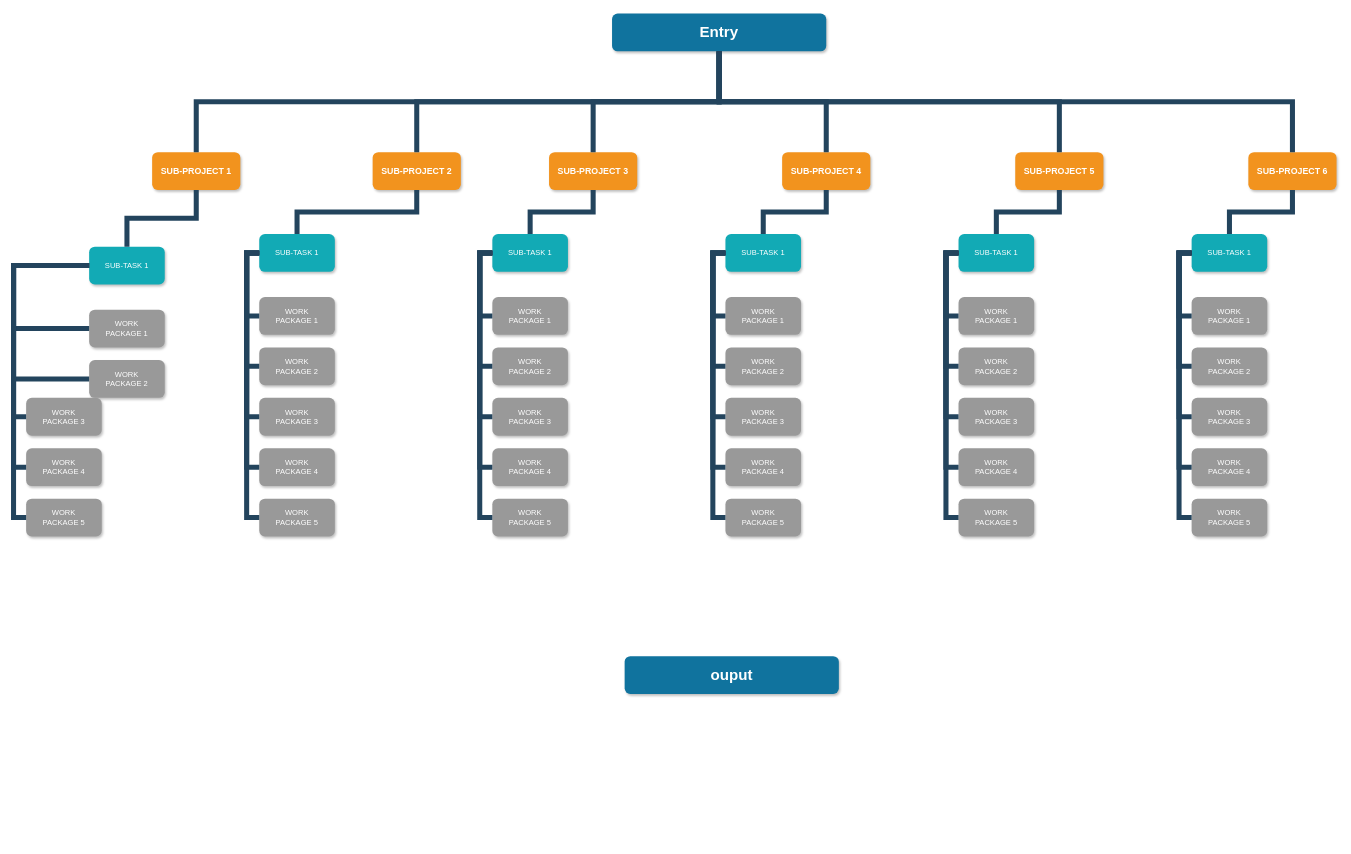
Above: src/assets/webpack.flow.drawio in isbinge/blog (draw.io), before the change. Source tidied: cells renumbered, new cells numbered last; positions are measured from the earlier drawing's top-left corner, leaving out a move shared by most shapes. Both pictures are drawn from the tidied source at 63%, with x=0, y=0 at pixel (13, 13).
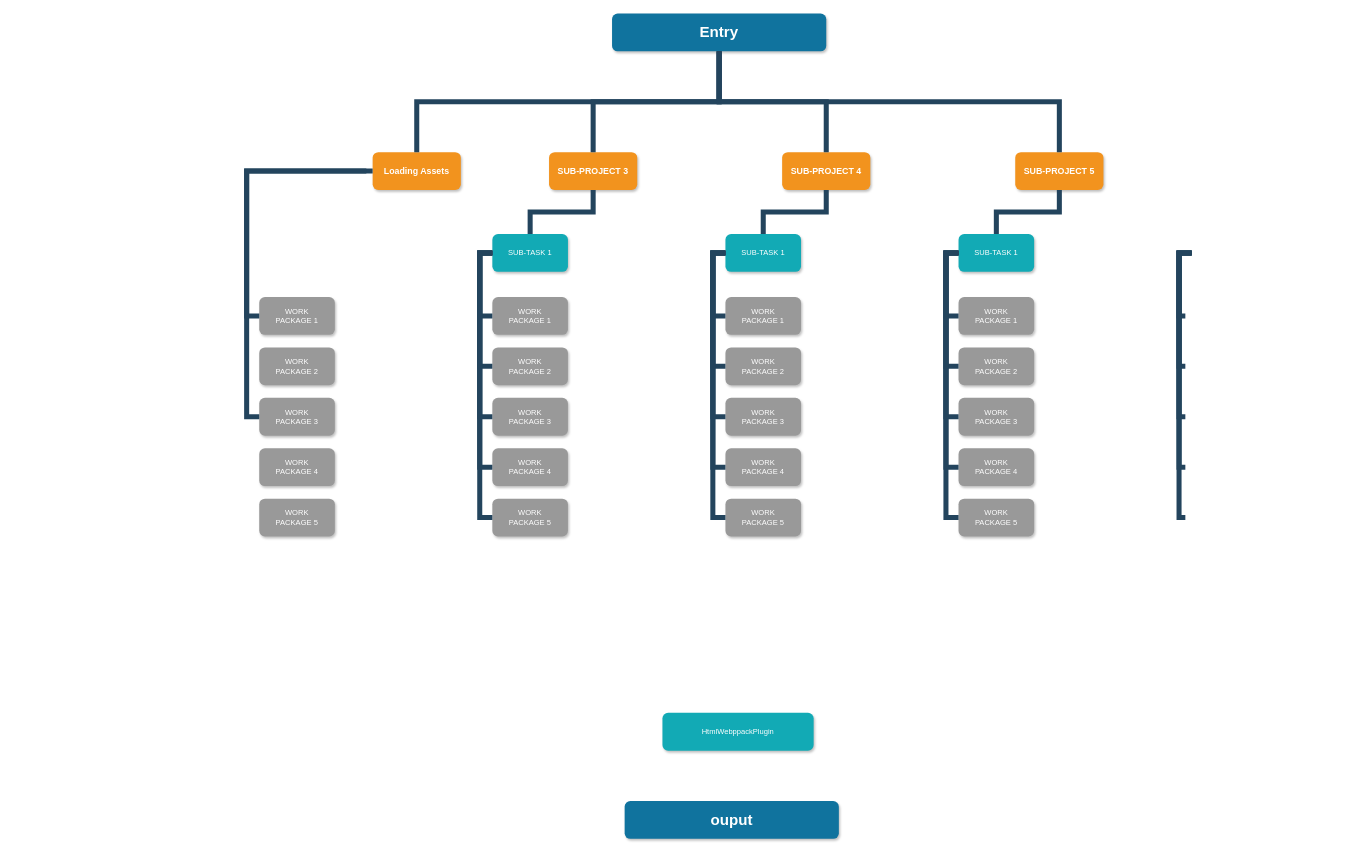
The same diagram, later.

Unchanged cells that the change refers to:
```xml
<mxCell id="2" value="Entry" style="whiteSpace=wrap;rounded=1;shadow=1;fillColor=#10739E;strokeColor=none;fontColor=#FFFFFF;fontStyle=1;fontSize=24;" parent="1" vertex="1">
  <mxGeometry x="950" width="340" height="60" as="geometry" />
</mxCell>
<mxCell id="16" value="WORK&#10;PACKAGE 1" style="whiteSpace=wrap;rounded=1;fillColor=#999999;strokeColor=none;shadow=1;fontColor=#FFFFFF;fontStyle=0;" parent="1" vertex="1">
  <mxGeometry x="390" y="450" width="120" height="60" as="geometry" />
</mxCell>
<mxCell id="17" value="WORK&#10;PACKAGE 2" style="whiteSpace=wrap;rounded=1;fillColor=#999999;strokeColor=none;shadow=1;fontColor=#FFFFFF;fontStyle=0;" parent="1" vertex="1">
  <mxGeometry x="390" y="530" width="120" height="60" as="geometry" />
</mxCell>
<mxCell id="18" value="WORK&#10;PACKAGE 3" style="whiteSpace=wrap;rounded=1;fillColor=#999999;strokeColor=none;shadow=1;fontColor=#FFFFFF;fontStyle=0;" parent="1" vertex="1">
  <mxGeometry x="390" y="610" width="120" height="60" as="geometry" />
</mxCell>
<mxCell id="19" value="WORK&#10;PACKAGE 4" style="whiteSpace=wrap;rounded=1;fillColor=#999999;strokeColor=none;shadow=1;fontColor=#FFFFFF;fontStyle=0;" parent="1" vertex="1">
  <mxGeometry x="390" y="690" width="120" height="60" as="geometry" />
</mxCell>
<mxCell id="20" value="WORK&#10;PACKAGE 5" style="whiteSpace=wrap;rounded=1;fillColor=#999999;strokeColor=none;shadow=1;fontColor=#FFFFFF;fontStyle=0;" parent="1" vertex="1">
  <mxGeometry x="390" y="770" width="120" height="60" as="geometry" />
</mxCell>
```

Diff of the diagram source:
```diff
@@
-    <mxCell id="3" value="SUB-PROJECT 1" style="whiteSpace=wrap;rounded=1;fillColor=#F2931E;strokeColor=none;shadow=1;fontColor=#FFFFFF;fontStyle=1;fontSize=14;" parent="1" vertex="1">
-      <mxGeometry x="220" y="220" width="140" height="60" as="geometry" />
-    </mxCell>
-    <mxCell id="4" value="SUB-PROJECT 2" style="whiteSpace=wrap;rounded=1;fillColor=#F2931E;strokeColor=none;shadow=1;fontColor=#FFFFFF;fontStyle=1;fontSize=14;" parent="1" vertex="1">
+    <mxCell id="4" value="Loading Assets" style="whiteSpace=wrap;rounded=1;fillColor=#F2931E;strokeColor=none;shadow=1;fontColor=#FFFFFF;fontStyle=1;fontSize=14;" parent="1" vertex="1">
       <mxGeometry x="570" y="220" width="140" height="60" as="geometry" />
     </mxCell>
-    <mxCell id="5" value="SUB-PROJECT 6" style="whiteSpace=wrap;rounded=1;fillColor=#F2931E;strokeColor=none;shadow=1;fontColor=#FFFFFF;fontStyle=1;fontSize=14;" parent="1" vertex="1">
-      <mxGeometry x="1960" y="220" width="140" height="60" as="geometry" />
-    </mxCell>
@@
-    <mxCell id="9" value="SUB-TASK 1" style="whiteSpace=wrap;rounded=1;fillColor=#12AAB5;strokeColor=none;shadow=1;fontColor=#FFFFFF;" parent="1" vertex="1">
-      <mxGeometry x="120" y="370" width="120" height="60" as="geometry" />
-    </mxCell>
-    <mxCell id="10" value="WORK&#10;PACKAGE 1" style="whiteSpace=wrap;rounded=1;fillColor=#999999;strokeColor=none;shadow=1;fontColor=#FFFFFF;fontStyle=0;" parent="1" vertex="1">
-      <mxGeometry x="120" y="470" width="120" height="60" as="geometry" />
-    </mxCell>
-    <mxCell id="11" value="WORK&#10;PACKAGE 2" style="whiteSpace=wrap;rounded=1;fillColor=#999999;strokeColor=none;shadow=1;fontColor=#FFFFFF;fontStyle=0;" parent="1" vertex="1">
-      <mxGeometry x="120" y="550" width="120" height="60" as="geometry" />
-    </mxCell>
-    <mxCell id="12" value="WORK&#10;PACKAGE 3" style="whiteSpace=wrap;rounded=1;fillColor=#999999;strokeColor=none;shadow=1;fontColor=#FFFFFF;fontStyle=0;" parent="1" vertex="1">
-      <mxGeometry x="20" y="610" width="120" height="60" as="geometry" />
-    </mxCell>
-    <mxCell id="13" value="WORK&#10;PACKAGE 4" style="whiteSpace=wrap;rounded=1;fillColor=#999999;strokeColor=none;shadow=1;fontColor=#FFFFFF;fontStyle=0;" parent="1" vertex="1">
-      <mxGeometry x="20" y="690" width="120" height="60" as="geometry" />
-    </mxCell>
-    <mxCell id="14" value="WORK&#10;PACKAGE 5" style="whiteSpace=wrap;rounded=1;fillColor=#999999;strokeColor=none;shadow=1;fontColor=#FFFFFF;fontStyle=0;" parent="1" vertex="1">
-      <mxGeometry x="20" y="770" width="120" height="60" as="geometry" />
-    </mxCell>
-    <mxCell id="15" value="SUB-TASK 1" style="whiteSpace=wrap;rounded=1;fillColor=#12AAB5;strokeColor=none;shadow=1;fontColor=#FFFFFF;" parent="1" vertex="1">
-      <mxGeometry x="390" y="350" width="120" height="60" as="geometry" />
-    </mxCell>
@@
-    <mxCell id="21" style="edgeStyle=elbowEdgeStyle;elbow=vertical;rounded=0;fontColor=#000000;endArrow=none;endFill=0;strokeWidth=8;strokeColor=#23445D;" parent="1" edge="1" source="3" target="9">
-      <mxGeometry relative="1" as="geometry" />
-    </mxCell>
-    <mxCell id="22" style="edgeStyle=elbowEdgeStyle;elbow=horizontal;rounded=0;fontColor=#000000;endArrow=none;endFill=0;strokeWidth=8;strokeColor=#23445D;exitX=0;exitY=0.5;exitDx=0;exitDy=0;" parent="1" edge="1" source="9" target="10">
-      <mxGeometry relative="1" as="geometry">
-        <Array as="points">
-          <mxPoint y="430" />
-        </Array>
-      </mxGeometry>
-    </mxCell>
-    <mxCell id="23" style="edgeStyle=elbowEdgeStyle;elbow=horizontal;rounded=0;fontColor=#000000;endArrow=none;endFill=0;strokeWidth=8;strokeColor=#23445D;" parent="1" edge="1" source="9" target="11">
-      <mxGeometry relative="1" as="geometry">
-        <Array as="points">
-          <mxPoint y="450" />
-        </Array>
-      </mxGeometry>
-    </mxCell>
-    <mxCell id="24" style="edgeStyle=elbowEdgeStyle;elbow=horizontal;rounded=0;fontColor=#000000;endArrow=none;endFill=0;strokeWidth=8;strokeColor=#23445D;" parent="1" edge="1" source="9" target="14">
-      <mxGeometry relative="1" as="geometry">
-        <Array as="points">
-          <mxPoint y="590" />
-        </Array>
-      </mxGeometry>
-    </mxCell>
-    <mxCell id="25" style="edgeStyle=elbowEdgeStyle;elbow=horizontal;rounded=0;fontColor=#000000;endArrow=none;endFill=0;strokeWidth=8;strokeColor=#23445D;" parent="1" edge="1" source="9" target="13">
-      <mxGeometry relative="1" as="geometry">
-        <Array as="points">
-          <mxPoint y="460" />
-        </Array>
-      </mxGeometry>
-    </mxCell>
-    <mxCell id="26" style="edgeStyle=elbowEdgeStyle;elbow=horizontal;rounded=0;fontColor=#000000;endArrow=none;endFill=0;strokeWidth=8;strokeColor=#23445D;" parent="1" edge="1" source="9" target="12">
-      <mxGeometry relative="1" as="geometry">
-        <Array as="points">
-          <mxPoint y="500" />
-          <mxPoint y="480" />
-        </Array>
-      </mxGeometry>
-    </mxCell>
-    <mxCell id="27" style="edgeStyle=elbowEdgeStyle;elbow=vertical;rounded=0;fontColor=#000000;endArrow=none;endFill=0;strokeWidth=8;strokeColor=#23445D;" parent="1" edge="1" source="4" target="15">
-      <mxGeometry relative="1" as="geometry" />
-    </mxCell>
-    <mxCell id="28" style="edgeStyle=elbowEdgeStyle;elbow=horizontal;rounded=0;fontColor=#000000;endArrow=none;endFill=0;strokeWidth=8;strokeColor=#23445D;" parent="1" edge="1" source="15" target="16">
-      <mxGeometry relative="1" as="geometry">
-        <Array as="points">
-          <mxPoint x="370" y="430" />
-        </Array>
-      </mxGeometry>
-    </mxCell>
-    <mxCell id="29" style="edgeStyle=elbowEdgeStyle;elbow=horizontal;rounded=0;fontColor=#000000;endArrow=none;endFill=0;strokeWidth=8;strokeColor=#23445D;" parent="1" edge="1" source="15" target="17">
-      <mxGeometry relative="1" as="geometry">
-        <Array as="points">
-          <mxPoint x="370" y="470" />
-        </Array>
-      </mxGeometry>
-    </mxCell>
-    <mxCell id="30" style="edgeStyle=elbowEdgeStyle;elbow=horizontal;rounded=0;fontColor=#000000;endArrow=none;endFill=0;strokeWidth=8;strokeColor=#23445D;" parent="1" edge="1" source="15" target="20">
-      <mxGeometry relative="1" as="geometry">
-        <Array as="points">
-          <mxPoint x="370" y="600" />
-        </Array>
-      </mxGeometry>
-    </mxCell>
-    <mxCell id="31" style="edgeStyle=elbowEdgeStyle;elbow=horizontal;rounded=0;fontColor=#000000;endArrow=none;endFill=0;strokeWidth=8;strokeColor=#23445D;" parent="1" edge="1" source="15" target="19">
-      <mxGeometry relative="1" as="geometry">
-        <Array as="points">
-          <mxPoint x="370" y="550" />
-        </Array>
-      </mxGeometry>
-    </mxCell>
-    <mxCell id="32" style="edgeStyle=elbowEdgeStyle;elbow=horizontal;rounded=0;fontColor=#000000;endArrow=none;endFill=0;strokeWidth=8;strokeColor=#23445D;" parent="1" edge="1" source="15" target="18">
+    <mxCell id="32" style="edgeStyle=elbowEdgeStyle;elbow=horizontal;rounded=0;fontColor=#000000;endArrow=none;endFill=0;strokeWidth=8;strokeColor=#23445D;exitX=0;exitY=0.5;exitDx=0;exitDy=0;" parent="1" edge="1" source="4" target="18">
       <mxGeometry relative="1" as="geometry">
         <Array as="points">
+          <mxPoint x="370" y="250" />
+          <mxPoint x="370" y="360" />
+          <mxPoint x="370" y="320" />
           <mxPoint x="370" y="520" />
         </Array>
       </mxGeometry>
     </mxCell>
@@
-    <mxCell id="66" value="SUB-TASK 1" style="whiteSpace=wrap;rounded=1;fillColor=#12AAB5;strokeColor=none;shadow=1;fontColor=#FFFFFF;" parent="1" vertex="1">
-      <mxGeometry x="1870" y="350" width="120" height="60" as="geometry" />
-    </mxCell>
-    <mxCell id="67" value="WORK&#10;PACKAGE 1" style="whiteSpace=wrap;rounded=1;fillColor=#999999;strokeColor=none;shadow=1;fontColor=#FFFFFF;fontStyle=0;" parent="1" vertex="1">
-      <mxGeometry x="1870" y="450" width="120" height="60" as="geometry" />
-    </mxCell>
-    <mxCell id="68" value="WORK&#10;PACKAGE 2" style="whiteSpace=wrap;rounded=1;fillColor=#999999;strokeColor=none;shadow=1;fontColor=#FFFFFF;fontStyle=0;" parent="1" vertex="1">
-      <mxGeometry x="1870" y="530" width="120" height="60" as="geometry" />
-    </mxCell>
-    <mxCell id="69" value="WORK&#10;PACKAGE 3" style="whiteSpace=wrap;rounded=1;fillColor=#999999;strokeColor=none;shadow=1;fontColor=#FFFFFF;fontStyle=0;" parent="1" vertex="1">
-      <mxGeometry x="1870" y="610" width="120" height="60" as="geometry" />
-    </mxCell>
-    <mxCell id="70" value="WORK&#10;PACKAGE 4" style="whiteSpace=wrap;rounded=1;fillColor=#999999;strokeColor=none;shadow=1;fontColor=#FFFFFF;fontStyle=0;" parent="1" vertex="1">
-      <mxGeometry x="1870" y="690" width="120" height="60" as="geometry" />
-    </mxCell>
-    <mxCell id="71" value="WORK&#10;PACKAGE 5" style="whiteSpace=wrap;rounded=1;fillColor=#999999;strokeColor=none;shadow=1;fontColor=#FFFFFF;fontStyle=0;" parent="1" vertex="1">
-      <mxGeometry x="1870" y="770" width="120" height="60" as="geometry" />
-    </mxCell>
-    <mxCell id="72" style="edgeStyle=elbowEdgeStyle;elbow=horizontal;rounded=0;fontColor=#000000;endArrow=none;endFill=0;strokeWidth=8;strokeColor=#23445D;" parent="1" edge="1" source="66" target="67">
+    <mxCell id="72" style="edgeStyle=elbowEdgeStyle;elbow=horizontal;rounded=0;fontColor=#000000;endArrow=none;endFill=0;strokeWidth=8;strokeColor=#23445D;" parent="1" edge="1">
       <mxGeometry relative="1" as="geometry">
+        <mxPoint x="1870" y="380" as="sourcePoint" />
+        <mxPoint x="1860" y="480" as="targetPoint" />
         <Array as="points">
           <mxPoint x="1850" y="430" />
         </Array>
       </mxGeometry>
     </mxCell>
-    <mxCell id="73" style="edgeStyle=elbowEdgeStyle;elbow=horizontal;rounded=0;fontColor=#000000;endArrow=none;endFill=0;strokeWidth=8;strokeColor=#23445D;" parent="1" edge="1" source="66" target="68">
+    <mxCell id="73" style="edgeStyle=elbowEdgeStyle;elbow=horizontal;rounded=0;fontColor=#000000;endArrow=none;endFill=0;strokeWidth=8;strokeColor=#23445D;" parent="1" edge="1">
       <mxGeometry relative="1" as="geometry">
+        <mxPoint x="1870" y="380" as="sourcePoint" />
+        <mxPoint x="1860" y="560" as="targetPoint" />
         <Array as="points">
           <mxPoint x="1850" y="470" />
         </Array>
       </mxGeometry>
     </mxCell>
-    <mxCell id="74" style="edgeStyle=elbowEdgeStyle;elbow=horizontal;rounded=0;fontColor=#000000;endArrow=none;endFill=0;strokeWidth=8;strokeColor=#23445D;" parent="1" edge="1" source="66" target="71">
+    <mxCell id="74" style="edgeStyle=elbowEdgeStyle;elbow=horizontal;rounded=0;fontColor=#000000;endArrow=none;endFill=0;strokeWidth=8;strokeColor=#23445D;" parent="1" edge="1">
       <mxGeometry relative="1" as="geometry">
+        <mxPoint x="1870" y="380" as="sourcePoint" />
+        <mxPoint x="1860" y="800" as="targetPoint" />
         <Array as="points">
           <mxPoint x="1850" y="600" />
         </Array>
       </mxGeometry>
     </mxCell>
-    <mxCell id="75" style="edgeStyle=elbowEdgeStyle;elbow=horizontal;rounded=0;fontColor=#000000;endArrow=none;endFill=0;strokeWidth=8;strokeColor=#23445D;" parent="1" edge="1" source="66" target="70">
+    <mxCell id="75" style="edgeStyle=elbowEdgeStyle;elbow=horizontal;rounded=0;fontColor=#000000;endArrow=none;endFill=0;strokeWidth=8;strokeColor=#23445D;" parent="1" edge="1">
       <mxGeometry relative="1" as="geometry">
+        <mxPoint x="1870" y="380" as="sourcePoint" />
+        <mxPoint x="1860" y="720" as="targetPoint" />
         <Array as="points">
           <mxPoint x="1850" y="550" />
         </Array>
       </mxGeometry>
     </mxCell>
-    <mxCell id="76" style="edgeStyle=elbowEdgeStyle;elbow=horizontal;rounded=0;fontColor=#000000;endArrow=none;endFill=0;strokeWidth=8;strokeColor=#23445D;" parent="1" edge="1" source="66" target="69">
+    <mxCell id="76" style="edgeStyle=elbowEdgeStyle;elbow=horizontal;rounded=0;fontColor=#000000;endArrow=none;endFill=0;strokeWidth=8;strokeColor=#23445D;" parent="1" edge="1">
       <mxGeometry relative="1" as="geometry">
+        <mxPoint x="1870" y="380" as="sourcePoint" />
+        <mxPoint x="1860" y="640" as="targetPoint" />
         <Array as="points">
           <mxPoint x="1850" y="520" />
         </Array>
       </mxGeometry>
     </mxCell>
@@
-    <mxCell id="80" style="edgeStyle=elbowEdgeStyle;elbow=vertical;rounded=0;fontColor=#000000;endArrow=none;endFill=0;strokeWidth=8;strokeColor=#23445D;" parent="1" edge="1" source="5" target="66">
-      <mxGeometry relative="1" as="geometry" />
-    </mxCell>
-    <mxCell id="81" style="edgeStyle=elbowEdgeStyle;elbow=vertical;rounded=0;fontColor=#000000;endArrow=none;endFill=0;strokeWidth=8;strokeColor=#23445D;" parent="1" edge="1" source="2" target="3">
-      <mxGeometry relative="1" as="geometry" />
-    </mxCell>
@@
-    <mxCell id="86" style="edgeStyle=elbowEdgeStyle;elbow=vertical;rounded=0;fontColor=#000000;endArrow=none;endFill=0;strokeWidth=8;strokeColor=#23445D;" parent="1" edge="1" source="2" target="5">
-      <mxGeometry relative="1" as="geometry" />
-    </mxCell>
     <mxCell id="87" value="ouput" style="whiteSpace=wrap;rounded=1;shadow=1;fillColor=#10739E;strokeColor=none;fontColor=#FFFFFF;fontStyle=1;fontSize=24;" parent="1" vertex="1">
-      <mxGeometry x="970" y="1020" width="340" height="60" as="geometry" />
+      <mxGeometry x="970" y="1250" width="340" height="60" as="geometry" />
     </mxCell>
+    <mxCell id="88" value="HtmlWebppackPlugin" style="whiteSpace=wrap;rounded=1;fillColor=#12AAB5;strokeColor=none;shadow=1;fontColor=#FFFFFF;" parent="1" vertex="1">
+      <mxGeometry x="1030" y="1110" width="240" height="60" as="geometry" />
+    </mxCell>
+    <mxCell id="89" style="edgeStyle=elbowEdgeStyle;elbow=horizontal;rounded=0;fontColor=#000000;endArrow=none;endFill=0;strokeWidth=8;strokeColor=#23445D;entryX=0;entryY=0.5;entryDx=0;entryDy=0;" parent="1" edge="1" target="16">
+      <mxGeometry relative="1" as="geometry">
+        <mxPoint x="560" y="250" as="sourcePoint" />
+        <Array as="points">
+          <mxPoint x="370" y="350" />
+          <mxPoint x="380" y="260" />
+          <mxPoint x="380" y="370" />
+          <mxPoint x="380" y="330" />
+          <mxPoint x="380" y="530" />
+        </Array>
+      </mxGeometry>
+    </mxCell>
```
